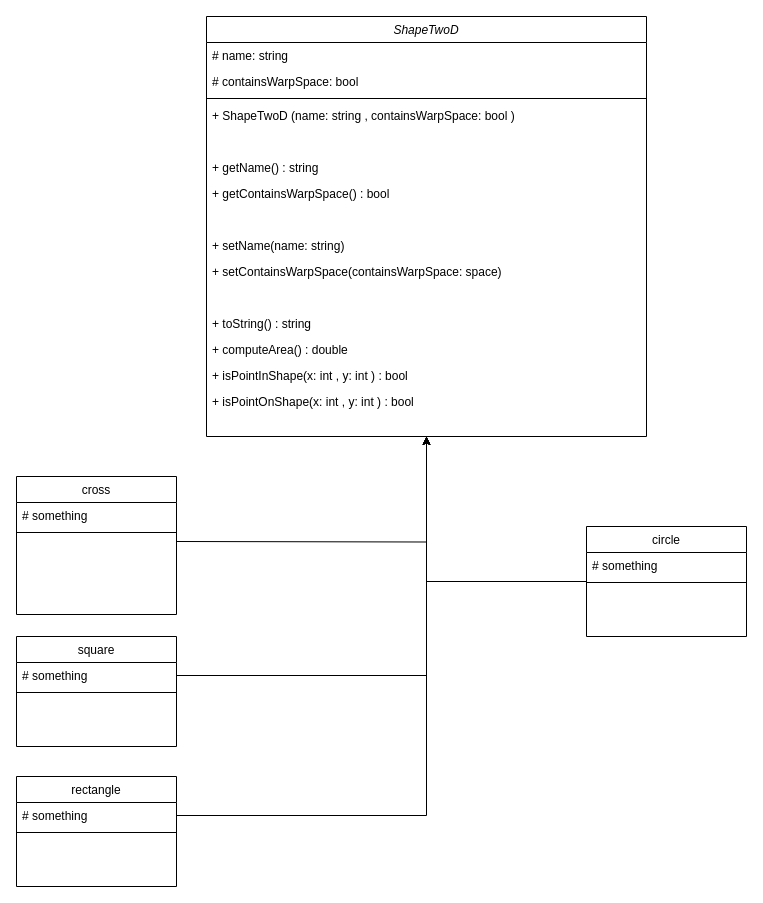
Above: class-diagram.drawio in boiledsteak/cpp-ass2 (draw.io), before the change. Source tidied: cells renumbered, new cells numbered last; positions are measured from the earlier drawing's top-left corner, leaving out a move shared by most shapes. Both pictures are drawn from the tidied source at 100%, with x=0, y=0 at pixel (16, 16).
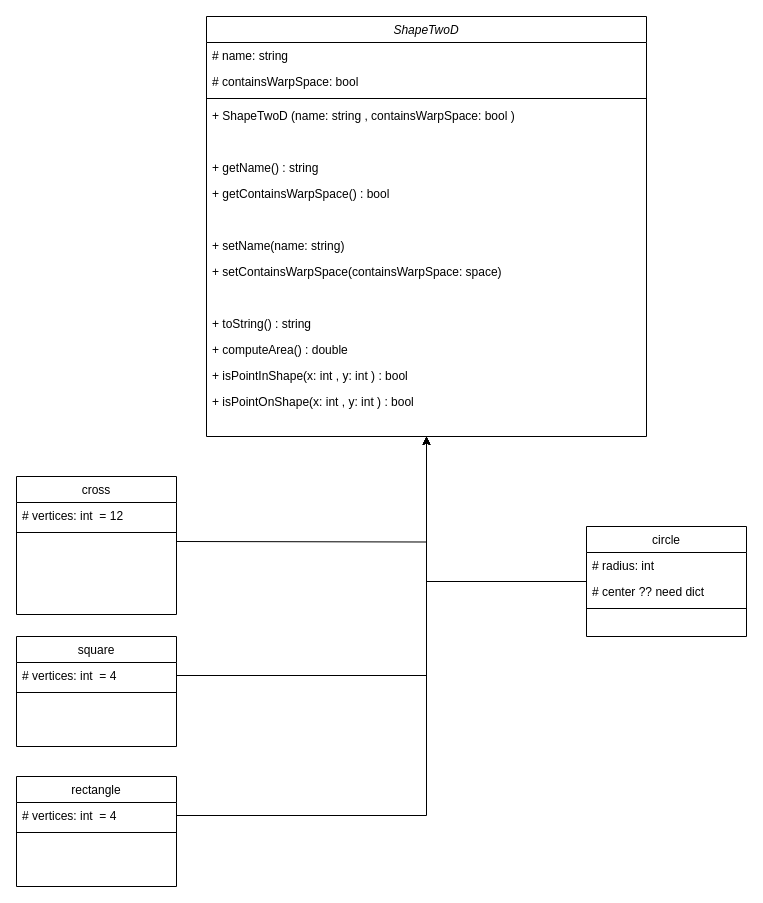
The same page after the edit.

The change refers to these unchanged cells:
```xml
<mxCell id="18" value="cross" style="swimlane;fontStyle=0;align=center;verticalAlign=top;horizontal=1;startSize=26;rounded=0;shadow=0;strokeWidth=1;" parent="1" vertex="1">
  <mxGeometry y="460" width="160" height="138" as="geometry" />
</mxCell>
<mxCell id="21" value="square" style="swimlane;fontStyle=0;align=center;verticalAlign=top;horizontal=1;startSize=26;rounded=0;shadow=0;strokeWidth=1;" parent="1" vertex="1">
  <mxGeometry y="620" width="160" height="110" as="geometry" />
</mxCell>
<mxCell id="26" value="rectangle" style="swimlane;fontStyle=0;align=center;verticalAlign=top;horizontal=1;startSize=26;rounded=0;shadow=0;strokeWidth=1;" parent="1" vertex="1">
  <mxGeometry y="760" width="160" height="110" as="geometry" />
</mxCell>
<mxCell id="31" value="circle" style="swimlane;fontStyle=0;align=center;verticalAlign=top;horizontal=1;startSize=26;rounded=0;shadow=0;strokeWidth=1;" parent="1" vertex="1">
  <mxGeometry x="570" y="510" width="160" height="110" as="geometry" />
</mxCell>
```

Diff of the diagram source:
```diff
@@
-    <mxCell id="19" value="# something" style="text;align=left;verticalAlign=top;spacingLeft=4;spacingRight=4;overflow=hidden;" parent="18" vertex="1">
+    <mxCell id="19" value="# vertices: int  = 12" style="text;align=left;verticalAlign=top;spacingLeft=4;spacingRight=4;overflow=hidden;" parent="18" vertex="1">
       <mxGeometry y="26" width="160" height="26" as="geometry" />
     </mxCell>
@@
-    <mxCell id="22" value="# something" style="text;align=left;verticalAlign=top;spacingLeft=4;spacingRight=4;overflow=hidden;points=[[0,0.5],[1,0.5]];portConstraint=eastwest;" parent="21" vertex="1">
+    <mxCell id="22" value="# vertices: int  = 4" style="text;align=left;verticalAlign=top;spacingLeft=4;spacingRight=4;overflow=hidden;points=[[0,0.5],[1,0.5]];portConstraint=eastwest;" parent="21" vertex="1">
       <mxGeometry y="26" width="160" height="26" as="geometry" />
     </mxCell>
@@
-    <mxCell id="27" value="# something" style="text;align=left;verticalAlign=top;spacingLeft=4;spacingRight=4;overflow=hidden;points=[[0,0.5],[1,0.5]];portConstraint=eastwest;" parent="26" vertex="1">
+    <mxCell id="27" value="# vertices: int  = 4" style="text;align=left;verticalAlign=top;spacingLeft=4;spacingRight=4;overflow=hidden;points=[[0,0.5],[1,0.5]];portConstraint=eastwest;" parent="26" vertex="1">
       <mxGeometry y="26" width="160" height="26" as="geometry" />
     </mxCell>
@@
-    <mxCell id="32" value="# something" style="text;align=left;verticalAlign=top;spacingLeft=4;spacingRight=4;overflow=hidden;" parent="31" vertex="1">
+    <mxCell id="32" value="# radius: int " style="text;align=left;verticalAlign=top;spacingLeft=4;spacingRight=4;overflow=hidden;" parent="31" vertex="1">
       <mxGeometry y="26" width="160" height="26" as="geometry" />
     </mxCell>
+    <mxCell id="34" value="# center ?? need dict" style="text;align=left;verticalAlign=top;spacingLeft=4;spacingRight=4;overflow=hidden;" parent="31" vertex="1">
+      <mxGeometry y="52" width="160" height="26" as="geometry" />
+    </mxCell>
     <mxCell id="33" style="line;html=1;strokeWidth=1;align=left;verticalAlign=middle;spacingTop=-1;spacingLeft=3;spacingRight=3;labelPosition=right;" parent="31" vertex="1">
-      <mxGeometry y="52" width="160" height="8" as="geometry" />
+      <mxGeometry y="78" width="160" height="8" as="geometry" />
     </mxCell>
```
